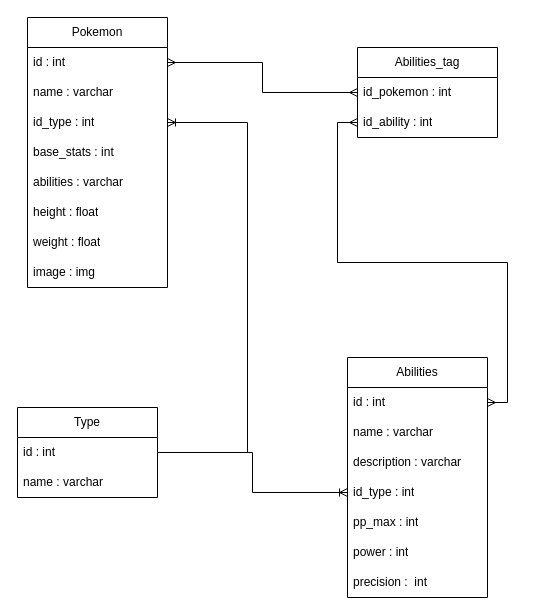
Before: bdd/mcd/mcd_api_pokemon.drawio in romain-pons/fast_api_pokemon, a draw.io diagram. Source tidied: cells renumbered, new cells numbered last; positions are measured from the earlier drawing's top-left corner, leaving out a move shared by most shapes. Both pictures are drawn from the tidied source at 100%, with x=0, y=0 at pixel (17, 17).
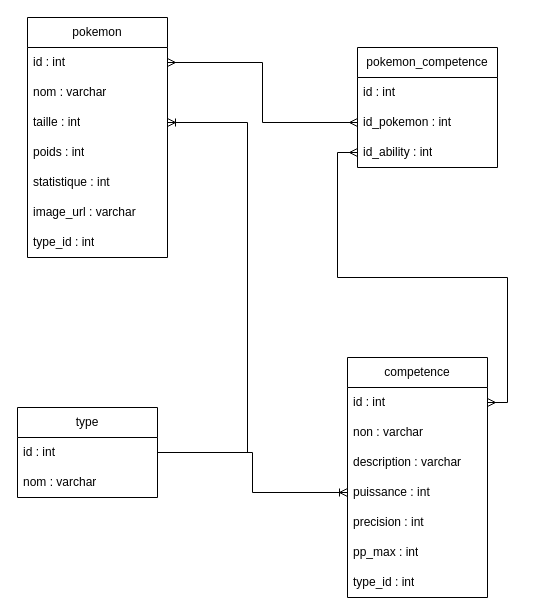
The same page after the edit.

The edit, as a diff of the source:
```diff
@@
-    <mxCell id="2" value="Pokemon" style="swimlane;fontStyle=0;horizontal=1;startSize=30;whiteSpace=wrap;html=1;" parent="1" vertex="1">
-      <mxGeometry x="10" width="140" height="270" as="geometry" />
+    <mxCell id="2" value="pokemon" style="swimlane;fontStyle=0;horizontal=1;startSize=30;whiteSpace=wrap;html=1;" parent="1" vertex="1">
+      <mxGeometry x="10" width="140" height="240" as="geometry" />
     </mxCell>
@@
-    <mxCell id="4" value="name : varchar" style="text;strokeColor=none;fillColor=none;align=left;verticalAlign=middle;spacingLeft=4;spacingRight=4;overflow=hidden;whiteSpace=wrap;html=1;" parent="2" vertex="1">
+    <mxCell id="4" value="nom : varchar" style="text;strokeColor=none;fillColor=none;align=left;verticalAlign=middle;spacingLeft=4;spacingRight=4;overflow=hidden;whiteSpace=wrap;html=1;" parent="2" vertex="1">
       <mxGeometry y="60" width="140" height="30" as="geometry" />
     </mxCell>
-    <mxCell id="5" value="id_type : int" style="text;strokeColor=none;fillColor=none;align=left;verticalAlign=middle;spacingLeft=4;spacingRight=4;overflow=hidden;points=[[0,0.5],[1,0.5]];portConstraint=eastwest;whiteSpace=wrap;html=1;" parent="2" vertex="1">
+    <mxCell id="5" value="taille : int" style="text;strokeColor=none;fillColor=none;align=left;verticalAlign=middle;spacingLeft=4;spacingRight=4;overflow=hidden;points=[[0,0.5],[1,0.5]];portConstraint=eastwest;whiteSpace=wrap;html=1;" parent="2" vertex="1">
       <mxGeometry y="90" width="140" height="30" as="geometry" />
     </mxCell>
-    <mxCell id="6" value="base_stats : int" style="text;strokeColor=none;fillColor=none;align=left;verticalAlign=middle;spacingLeft=4;spacingRight=4;overflow=hidden;whiteSpace=wrap;html=1;" parent="2" vertex="1">
+    <mxCell id="6" value="poids : int" style="text;strokeColor=none;fillColor=none;align=left;verticalAlign=middle;spacingLeft=4;spacingRight=4;overflow=hidden;whiteSpace=wrap;html=1;" parent="2" vertex="1">
       <mxGeometry y="120" width="140" height="30" as="geometry" />
     </mxCell>
-    <mxCell id="7" value="abilities : varchar" style="text;strokeColor=none;fillColor=none;align=left;verticalAlign=middle;spacingLeft=4;spacingRight=4;overflow=hidden;whiteSpace=wrap;html=1;" parent="2" vertex="1">
+    <mxCell id="7" value="statistique : int" style="text;strokeColor=none;fillColor=none;align=left;verticalAlign=middle;spacingLeft=4;spacingRight=4;overflow=hidden;whiteSpace=wrap;html=1;" parent="2" vertex="1">
       <mxGeometry y="150" width="140" height="30" as="geometry" />
     </mxCell>
-    <mxCell id="8" value="height : float" style="text;strokeColor=none;fillColor=none;align=left;verticalAlign=middle;spacingLeft=4;spacingRight=4;overflow=hidden;whiteSpace=wrap;html=1;" parent="2" vertex="1">
+    <mxCell id="8" value="image_url : varchar" style="text;strokeColor=none;fillColor=none;align=left;verticalAlign=middle;spacingLeft=4;spacingRight=4;overflow=hidden;whiteSpace=wrap;html=1;" parent="2" vertex="1">
       <mxGeometry y="180" width="140" height="30" as="geometry" />
     </mxCell>
-    <mxCell id="9" value="weight : float" style="text;strokeColor=none;fillColor=none;align=left;verticalAlign=middle;spacingLeft=4;spacingRight=4;overflow=hidden;whiteSpace=wrap;html=1;" parent="2" vertex="1">
+    <mxCell id="9" value="type_id : int" style="text;strokeColor=none;fillColor=none;align=left;verticalAlign=middle;spacingLeft=4;spacingRight=4;overflow=hidden;whiteSpace=wrap;html=1;" parent="2" vertex="1">
       <mxGeometry y="210" width="140" height="30" as="geometry" />
     </mxCell>
-    <mxCell id="10" value="image : img" style="text;strokeColor=none;fillColor=none;align=left;verticalAlign=middle;spacingLeft=4;spacingRight=4;overflow=hidden;whiteSpace=wrap;html=1;" parent="2" vertex="1">
-      <mxGeometry y="240" width="140" height="30" as="geometry" />
-    </mxCell>
-    <mxCell id="11" value="Type" style="swimlane;fontStyle=0;horizontal=1;startSize=30;whiteSpace=wrap;html=1;" parent="1" vertex="1">
+    <mxCell id="11" value="type" style="swimlane;fontStyle=0;horizontal=1;startSize=30;whiteSpace=wrap;html=1;" parent="1" vertex="1">
       <mxGeometry y="390" width="140" height="90" as="geometry" />
     </mxCell>
@@
-    <mxCell id="13" value="name : varchar" style="text;strokeColor=none;fillColor=none;align=left;verticalAlign=middle;spacingLeft=4;spacingRight=4;overflow=hidden;whiteSpace=wrap;html=1;" parent="11" vertex="1">
+    <mxCell id="13" value="nom : varchar" style="text;strokeColor=none;fillColor=none;align=left;verticalAlign=middle;spacingLeft=4;spacingRight=4;overflow=hidden;whiteSpace=wrap;html=1;" parent="11" vertex="1">
       <mxGeometry y="60" width="140" height="30" as="geometry" />
     </mxCell>
-    <mxCell id="14" value="Abilities" style="swimlane;fontStyle=0;horizontal=1;startSize=30;whiteSpace=wrap;html=1;" parent="1" vertex="1">
+    <mxCell id="14" value="competence" style="swimlane;fontStyle=0;horizontal=1;startSize=30;whiteSpace=wrap;html=1;" parent="1" vertex="1">
       <mxGeometry x="330" y="340" width="140" height="240" as="geometry" />
     </mxCell>
@@
-    <mxCell id="16" value="name : varchar" style="text;strokeColor=none;fillColor=none;align=left;verticalAlign=middle;spacingLeft=4;spacingRight=4;overflow=hidden;whiteSpace=wrap;html=1;" parent="14" vertex="1">
+    <mxCell id="16" value="non : varchar" style="text;strokeColor=none;fillColor=none;align=left;verticalAlign=middle;spacingLeft=4;spacingRight=4;overflow=hidden;whiteSpace=wrap;html=1;" parent="14" vertex="1">
       <mxGeometry y="60" width="140" height="30" as="geometry" />
     </mxCell>
@@
-    <mxCell id="18" value="id_type : int" style="text;strokeColor=none;fillColor=none;align=left;verticalAlign=middle;spacingLeft=4;spacingRight=4;overflow=hidden;points=[[0,0.5],[1,0.5]];portConstraint=eastwest;whiteSpace=wrap;html=1;" parent="14" vertex="1">
+    <mxCell id="18" value="puissance : int" style="text;strokeColor=none;fillColor=none;align=left;verticalAlign=middle;spacingLeft=4;spacingRight=4;overflow=hidden;points=[[0,0.5],[1,0.5]];portConstraint=eastwest;whiteSpace=wrap;html=1;" parent="14" vertex="1">
       <mxGeometry y="120" width="140" height="30" as="geometry" />
     </mxCell>
-    <mxCell id="19" value="pp_max : int" style="text;strokeColor=none;fillColor=none;align=left;verticalAlign=middle;spacingLeft=4;spacingRight=4;overflow=hidden;whiteSpace=wrap;html=1;" parent="14" vertex="1">
+    <mxCell id="19" value="precision : int" style="text;strokeColor=none;fillColor=none;align=left;verticalAlign=middle;spacingLeft=4;spacingRight=4;overflow=hidden;whiteSpace=wrap;html=1;" parent="14" vertex="1">
       <mxGeometry y="150" width="140" height="30" as="geometry" />
     </mxCell>
-    <mxCell id="20" value="power : int" style="text;strokeColor=none;fillColor=none;align=left;verticalAlign=middle;spacingLeft=4;spacingRight=4;overflow=hidden;whiteSpace=wrap;html=1;" parent="14" vertex="1">
+    <mxCell id="20" value="pp_max : int" style="text;strokeColor=none;fillColor=none;align=left;verticalAlign=middle;spacingLeft=4;spacingRight=4;overflow=hidden;whiteSpace=wrap;html=1;" parent="14" vertex="1">
       <mxGeometry y="180" width="140" height="30" as="geometry" />
     </mxCell>
-    <mxCell id="21" value="precision :&amp;nbsp; int" style="text;strokeColor=none;fillColor=none;align=left;verticalAlign=middle;spacingLeft=4;spacingRight=4;overflow=hidden;whiteSpace=wrap;html=1;" parent="14" vertex="1">
+    <mxCell id="21" value="type_id : int" style="text;strokeColor=none;fillColor=none;align=left;verticalAlign=middle;spacingLeft=4;spacingRight=4;overflow=hidden;whiteSpace=wrap;html=1;" parent="14" vertex="1">
       <mxGeometry y="210" width="140" height="30" as="geometry" />
     </mxCell>
-    <mxCell id="22" value="Abilities_tag" style="swimlane;fontStyle=0;horizontal=1;startSize=30;whiteSpace=wrap;html=1;" parent="1" vertex="1">
-      <mxGeometry x="340" y="30" width="140" height="90" as="geometry" />
+    <mxCell id="22" value="pokemon_competence" style="swimlane;fontStyle=0;horizontal=1;startSize=30;whiteSpace=wrap;html=1;" parent="1" vertex="1">
+      <mxGeometry x="340" y="30" width="140" height="120" as="geometry" />
     </mxCell>
+    <mxCell id="29" value="id : int" style="text;strokeColor=none;fillColor=none;align=left;verticalAlign=middle;spacingLeft=4;spacingRight=4;overflow=hidden;whiteSpace=wrap;html=1;" parent="22" vertex="1">
+      <mxGeometry y="30" width="140" height="30" as="geometry" />
+    </mxCell>
     <mxCell id="23" value="id_pokemon : int" style="text;strokeColor=none;fillColor=none;align=left;verticalAlign=middle;spacingLeft=4;spacingRight=4;overflow=hidden;points=[[0,0.5],[1,0.5]];portConstraint=eastwest;whiteSpace=wrap;html=1;" parent="22" vertex="1">
-      <mxGeometry y="30" width="140" height="30" as="geometry" />
+      <mxGeometry y="60" width="140" height="30" as="geometry" />
     </mxCell>
     <mxCell id="24" value="id_ability : int" style="text;strokeColor=none;fillColor=none;align=left;verticalAlign=middle;spacingLeft=4;spacingRight=4;overflow=hidden;points=[[0,0.5],[1,0.5]];portConstraint=eastwest;whiteSpace=wrap;html=1;" parent="22" vertex="1">
-      <mxGeometry y="60" width="140" height="30" as="geometry" />
+      <mxGeometry y="90" width="140" height="30" as="geometry" />
     </mxCell>
```
